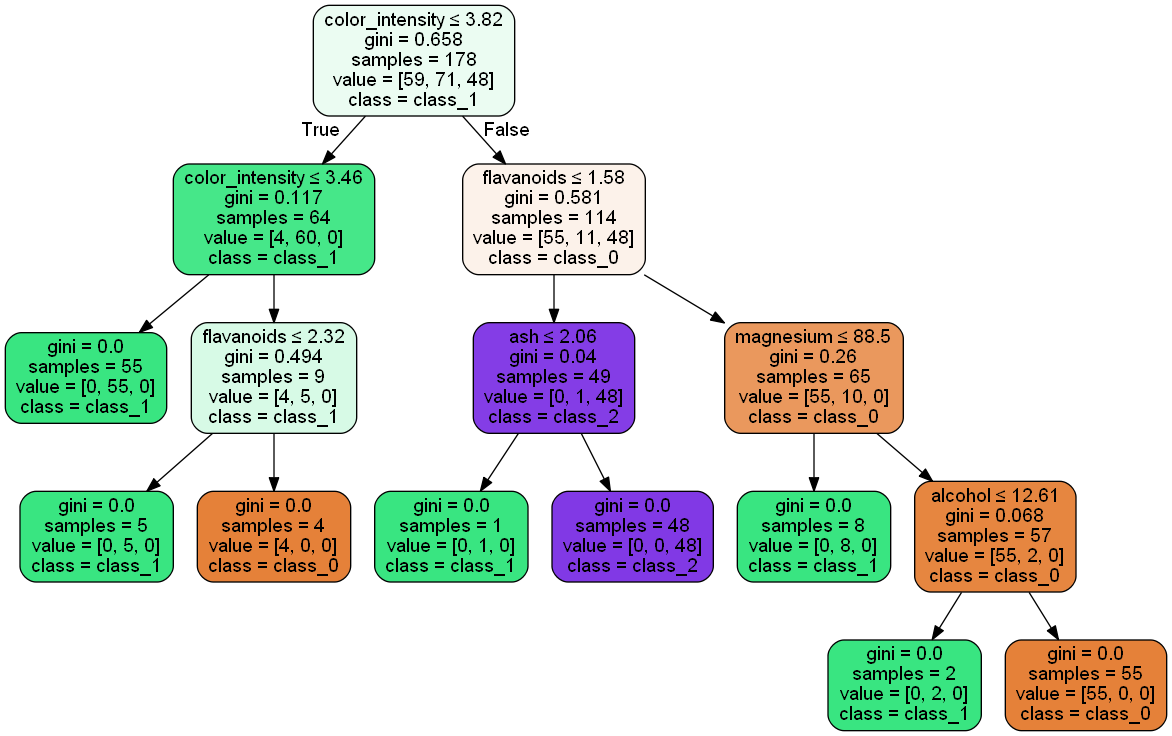
Before: machine-learning/wine_tree.png, a diagram exported from Graphviz (lynstanford/machine-learning-projects). Its source is kept beside it as machine-learning/wine_tree.dot.
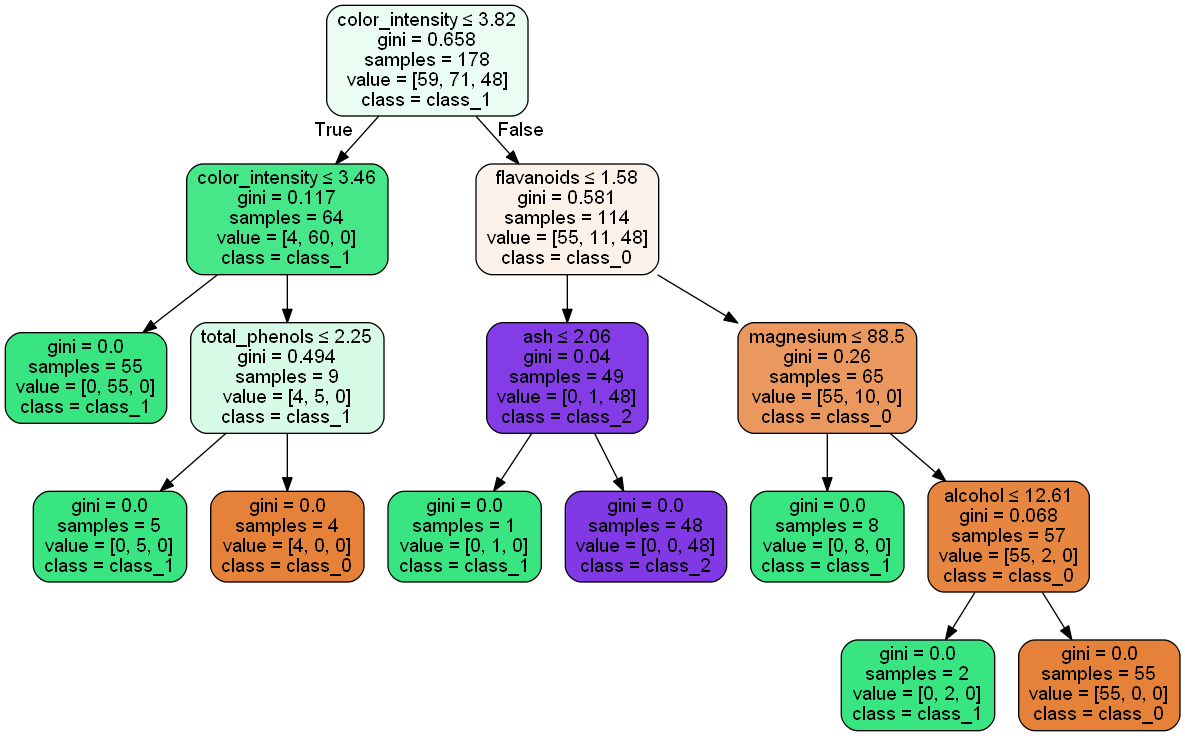
After the change.

Change to the diagram source:
```diff
@@ -6,7 +6,7 @@
 0 -> 1 [labeldistance=2.5, labelangle=45, headlabel="True"] ;
 2 [label=<gini = 0.0<br/>samples = 55<br/>value = [0, 55, 0]<br/>class = class_1>, fillcolor="#39e581"] ;
 1 -> 2 ;
-3 [label=<flavanoids &le; 2.32<br/>gini = 0.494<br/>samples = 9<br/>value = [4, 5, 0]<br/>class = class_1>, fillcolor="#d7fae6"] ;
+3 [label=<total_phenols &le; 2.25<br/>gini = 0.494<br/>samples = 9<br/>value = [4, 5, 0]<br/>class = class_1>, fillcolor="#d7fae6"] ;
 1 -> 3 ;
 4 [label=<gini = 0.0<br/>samples = 5<br/>value = [0, 5, 0]<br/>class = class_1>, fillcolor="#39e581"] ;
 3 -> 4 ;
```
